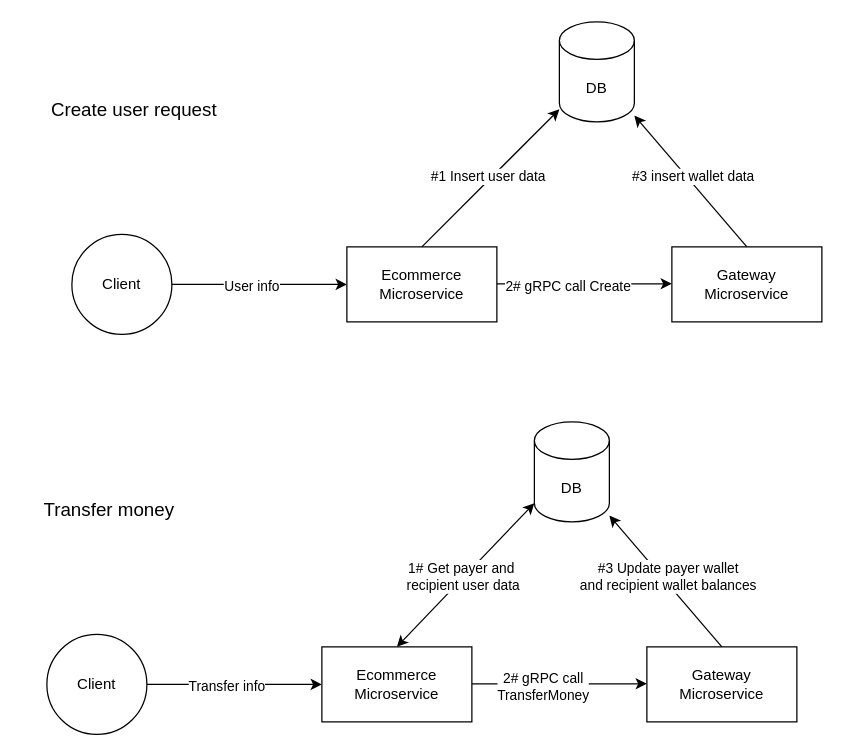
The draw.io diagram fluxogram.drawio in anti-duhring/go-grpc, before the edit. Source tidied: cells renumbered, new cells numbered last; positions are measured from the earlier drawing's top-left corner, leaving out a move shared by most shapes. Both pictures are drawn from the tidied source at 125%, with x=0, y=0 at pixel (21, 21).
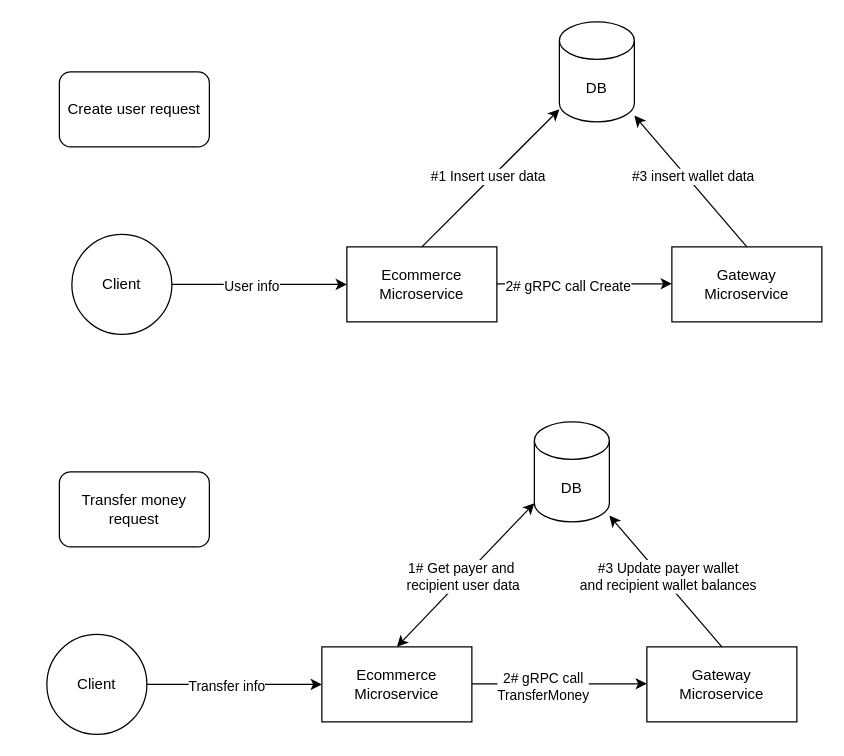
After the change.

Commit message (it also covers changes not shown here):
fix: Fluxogram bg color

Change to the diagram source:
```diff
@@
-    <mxCell id="10" value="&lt;font style=&quot;font-size: 15px;&quot;&gt;Create user request&lt;/font&gt;" style="text;html=1;strokeColor=none;fillColor=none;align=center;verticalAlign=middle;whiteSpace=wrap;rounded=0;" parent="1" vertex="1">
-      <mxGeometry x="20" y="50" width="140" height="40" as="geometry" />
-    </mxCell>
@@
-    <mxCell id="23" value="&lt;font style=&quot;font-size: 15px;&quot;&gt;Transfer money&lt;/font&gt;" style="text;html=1;strokeColor=none;fillColor=none;align=center;verticalAlign=middle;whiteSpace=wrap;rounded=0;" parent="1" vertex="1">
-      <mxGeometry y="370" width="140" height="40" as="geometry" />
-    </mxCell>
@@
+    <mxCell id="10" value="Create user request" style="rounded=1;whiteSpace=wrap;html=1;" parent="1" vertex="1">
+      <mxGeometry x="30" y="40" width="120" height="60" as="geometry" />
+    </mxCell>
+    <mxCell id="28" value="Transfer money request" style="rounded=1;whiteSpace=wrap;html=1;" parent="1" vertex="1">
+      <mxGeometry x="30" y="360" width="120" height="60" as="geometry" />
+    </mxCell>
```
